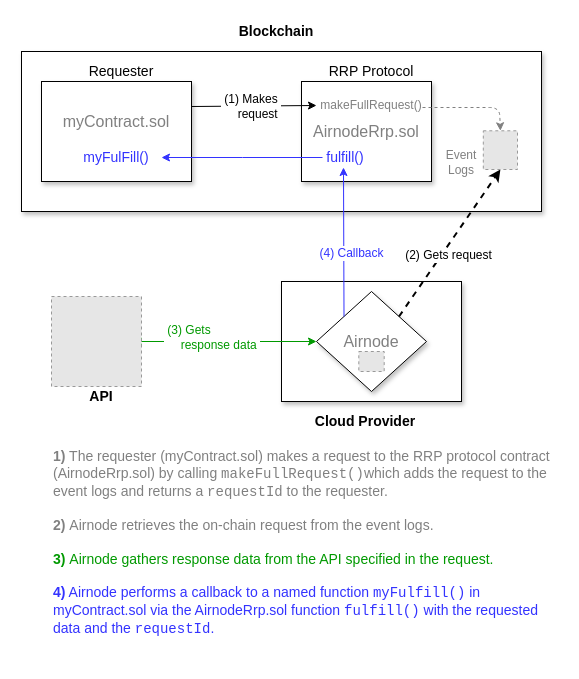
api3dao/old-api3-docs keeps this draw.io diagram as docs/airnode/next/assets/diagrams/developer-overview.drawio. Above is the earlier version. Source tidied: cells renumbered, new cells numbered last; positions are measured from the earlier drawing's top-left corner, leaving out a move shared by most shapes. Both pictures are drawn from the tidied source at 100%, with x=0, y=0 at pixel (21, 21). Pictures stored in the file or linked from it are replaced by grey dashed boxes.
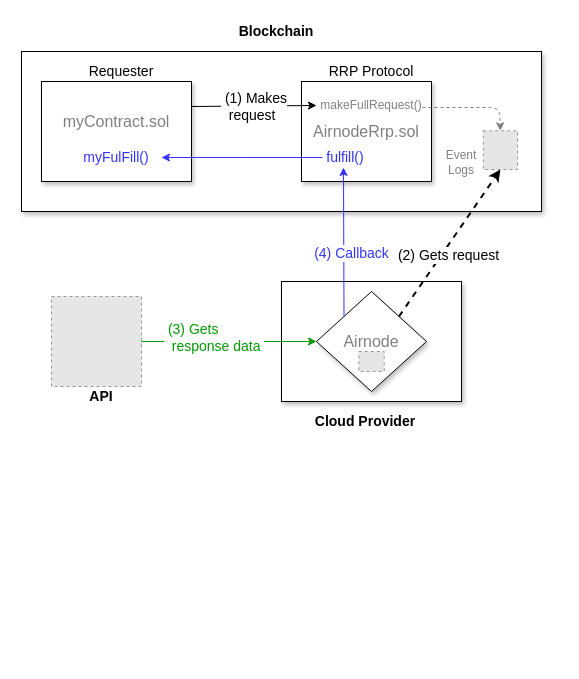
The same diagram, later.

Unchanged cells that the change refers to:
```xml
<mxCell id="9" value="&lt;font style=&quot;font-size: 16px&quot; color=&quot;#808080&quot;&gt;Airnode&lt;/font&gt;" style="rhombus;whiteSpace=wrap;html=1;shadow=1;" parent="1" vertex="1">
  <mxGeometry x="295" y="270" width="110" height="100" as="geometry" />
</mxCell>
<mxCell id="10" style="endArrow=classic;startArrow=classic;html=1;exitX=0;exitY=0.5;exitDx=0;exitDy=0;strokeColor=#009900;" parent="1" edge="1" source="9">
  <mxGeometry relative="1" as="geometry">
    <mxPoint x="112" y="320" as="targetPoint" />
  </mxGeometry>
</mxCell>
<mxCell id="12" style="endArrow=classic;html=1;dashed=1;entryX=0.5;entryY=1;entryDx=0;entryDy=0;exitX=1;exitY=0;exitDx=0;exitDy=0;strokeWidth=2;" parent="1" edge="1" source="9" target="30">
  <mxGeometry relative="1" as="geometry" />
</mxCell>
<mxCell id="16" value="&lt;font style=&quot;font-size: 14px;&quot;&gt;&amp;nbsp;fulfill()&lt;/font&gt;" style="text;html=1;strokeColor=none;fillColor=none;align=center;verticalAlign=middle;whiteSpace=wrap;rounded=0;fontSize=14;fontColor=#3333FF;" parent="1" vertex="1">
  <mxGeometry x="301" y="126" width="42" height="20" as="geometry" />
</mxCell>
<mxCell id="18" style="endArrow=classic;html=1;fontSize=11;fontColor=#3333FF;strokeWidth=1;exitX=1;exitY=0.25;exitDx=0;exitDy=0;entryX=0;entryY=0.5;entryDx=0;entryDy=0;" parent="1" edge="1" source="4" target="24">
  <mxGeometry relative="1" as="geometry" />
</mxCell>
```

Diff of the diagram source:
```diff
@@
-    <mxCell id="11" value="&lt;font style=&quot;font-size: 12px&quot; color=&quot;#009900&quot;&gt;&amp;nbsp;(3) Gets &lt;br&gt;&amp;nbsp; &amp;nbsp; &amp;nbsp;response data&amp;nbsp;&lt;/font&gt;" style="edgeLabel;html=1;align=left;verticalAlign=middle;fontSize=11;fontColor=#3333FF;" parent="10" vertex="1">
+    <mxCell id="11" value="&lt;font style=&quot;font-size: 14px&quot; color=&quot;#009900&quot;&gt;&amp;nbsp;(3) Gets &lt;br&gt;&amp;nbsp; response data&amp;nbsp;&lt;/font&gt;" style="edgeLabel;html=1;align=left;verticalAlign=middle;fontSize=11;fontColor=#3333FF;" parent="10" vertex="1">
       <mxGeometry x="0.07" relative="1" as="geometry">
         <mxPoint x="-56" y="-5" as="offset" />
       </mxGeometry>
     </mxCell>
@@
-    <mxCell id="13" value="&lt;font style=&quot;font-size: 12px&quot;&gt;(2) Gets request&lt;/font&gt;" style="edgeLabel;html=1;align=center;verticalAlign=middle;" parent="12" vertex="1">
+    <mxCell id="13" value="&lt;font style=&quot;font-size: 14px&quot;&gt;(2) Gets request&lt;/font&gt;" style="edgeLabel;html=1;align=center;verticalAlign=middle;" parent="12" vertex="1">
       <mxGeometry relative="1" as="geometry">
         <mxPoint x="-2" y="12" as="offset" />
       </mxGeometry>
     </mxCell>
@@
-    <mxCell id="17" value="&lt;font style=&quot;font-size: 12px&quot;&gt;(4) Callback&lt;/font&gt;" style="endArrow=classic;html=1;fontSize=11;fontColor=#3333FF;strokeColor=#3333FF;entryX=0.5;entryY=1;entryDx=0;entryDy=0;exitX=0;exitY=0;exitDx=0;exitDy=0;strokeWidth=1;" parent="1" edge="1" source="9" target="16">
+    <mxCell id="17" value="&lt;font style=&quot;font-size: 14px&quot;&gt;&lt;font style=&quot;font-size: 14px&quot;&gt;(4)&lt;/font&gt;&lt;font style=&quot;font-size: 14px&quot;&gt; Callback&lt;/font&gt;&lt;/font&gt;" style="endArrow=classic;html=1;fontSize=11;fontColor=#3333FF;strokeColor=#3333FF;entryX=0.5;entryY=1;entryDx=0;entryDy=0;exitX=0;exitY=0;exitDx=0;exitDy=0;strokeWidth=1;" parent="1" edge="1" source="9" target="16">
       <mxGeometry x="-0.15" y="-8" relative="1" as="geometry" />
     </mxCell>
@@
-    <mxCell id="19" value="&lt;font color=&quot;#000000&quot; style=&quot;font-size: 12px&quot;&gt;&amp;nbsp;(1) Makes&lt;br&gt;&amp;nbsp; &amp;nbsp; &amp;nbsp;request&amp;nbsp;&lt;/font&gt;" style="edgeLabel;html=1;align=left;verticalAlign=middle;fontSize=11;fontColor=#3333FF;" parent="18" vertex="1">
+    <mxCell id="19" value="&lt;font color=&quot;#000000&quot; style=&quot;font-size: 14px&quot;&gt;&amp;nbsp;(1) Makes&lt;br&gt;&amp;nbsp; request&amp;nbsp;&lt;/font&gt;" style="edgeLabel;html=1;align=left;verticalAlign=middle;fontSize=11;fontColor=#3333FF;" parent="18" vertex="1">
       <mxGeometry x="-0.03" relative="1" as="geometry">
         <mxPoint x="-33" as="offset" />
       </mxGeometry>
     </mxCell>
-    <mxCell id="20" value="&lt;font style=&quot;font-size: 14px&quot;&gt;&lt;font style=&quot;font-size: 14px&quot;&gt;&lt;font color=&quot;#808080&quot; style=&quot;font-size: 14px&quot;&gt;&lt;font style=&quot;font-size: 14px&quot;&gt;&lt;b style=&quot;font-size: 14px&quot;&gt;1)&lt;/b&gt; The requester (myContract.sol) makes a request to the RRP protocol contract&amp;nbsp; (AirnodeRrp.sol) by calling &lt;font face=&quot;Courier New&quot;&gt;makeFullRequest()&lt;/font&gt;which&lt;/font&gt;&lt;/font&gt;&lt;font color=&quot;#808080&quot; style=&quot;font-size: 14px&quot;&gt;&lt;font style=&quot;font-size: 14px&quot;&gt;&amp;nbsp;adds the request to the event logs and&amp;nbsp;returns a &lt;font face=&quot;Courier New&quot;&gt;requestId&lt;/font&gt; to the requester.&lt;br style=&quot;font-size: 14px&quot;&gt;&lt;/font&gt;&lt;br style=&quot;font-size: 14px&quot;&gt;&lt;font style=&quot;font-size: 14px&quot;&gt;&lt;b style=&quot;font-size: 14px&quot;&gt;2)&lt;/b&gt;&amp;nbsp;Airnode retrieves the on-chain request from the event logs.&lt;br style=&quot;font-size: 14px&quot;&gt;&lt;/font&gt;&lt;br style=&quot;font-size: 14px&quot;&gt;&lt;/font&gt;&lt;font style=&quot;font-size: 14px&quot;&gt;&lt;font style=&quot;font-size: 14px&quot; color=&quot;#009900&quot;&gt;&lt;b style=&quot;font-size: 14px&quot;&gt;3)&lt;/b&gt;&amp;nbsp;Airnode gathers response data from the API specified in the request.&lt;/font&gt;&lt;br style=&quot;font-size: 14px&quot;&gt;&lt;/font&gt;&lt;br style=&quot;font-size: 14px&quot;&gt;&lt;b style=&quot;font-size: 14px&quot;&gt;4)&lt;/b&gt; &lt;/font&gt;&lt;font style=&quot;font-size: 14px&quot;&gt;&lt;font style=&quot;font-size: 14px&quot;&gt;Airnode&amp;nbsp;&lt;/font&gt;&lt;span style=&quot;background-color: rgb(255 , 255 , 255) ; font-size: 14px&quot;&gt;performs a callback to a named function &lt;font face=&quot;Courier New&quot;&gt;my&lt;font style=&quot;font-size: 14px&quot;&gt;Fulfill()&lt;/font&gt;&lt;/font&gt; in myContract.sol via the AirnodeRrp.sol function &lt;font face=&quot;Courier New&quot; style=&quot;font-size: 14px&quot;&gt;fulfill()&lt;/font&gt;&lt;font style=&quot;font-size: 14px&quot;&gt; with the requested data and the &lt;/font&gt;&lt;font face=&quot;Courier New&quot; style=&quot;font-size: 14px&quot;&gt;requestId&lt;/font&gt;.&lt;/span&gt;&lt;/font&gt;&lt;/font&gt;&lt;font style=&quot;font-size: 14px&quot; color=&quot;#000000&quot;&gt;&lt;br style=&quot;font-size: 14px&quot;&gt;&lt;/font&gt;" style="text;html=1;strokeColor=none;fillColor=none;align=left;verticalAlign=top;whiteSpace=wrap;rounded=0;fontSize=14;fontColor=#3333FF;" parent="1" vertex="1">
-      <mxGeometry x="30" y="420" width="510" height="212" as="geometry" />
-    </mxCell>
-    <mxCell id="21" style="edgeStyle=orthogonalEdgeStyle;rounded=0;orthogonalLoop=1;jettySize=auto;html=1;exitX=0.5;exitY=1;exitDx=0;exitDy=0;dashed=1;fontSize=11;fontColor=#3333FF;strokeColor=#009900;strokeWidth=2;" parent="1" edge="1" source="20" target="20">
-      <mxGeometry relative="1" as="geometry" />
-    </mxCell>
```
